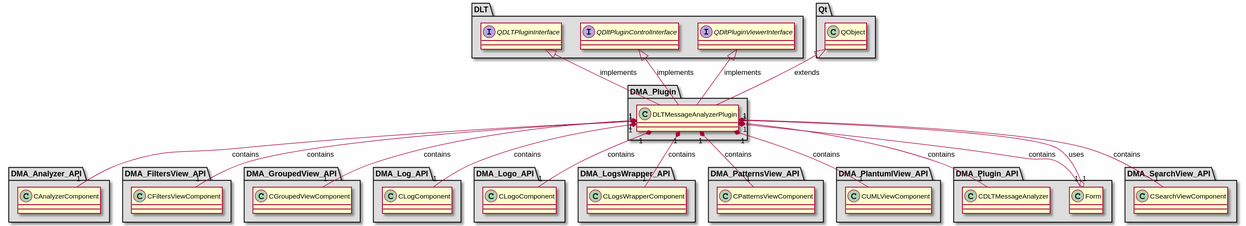
The PlantUML diagram md/dev_docs/puml/DMA_Plugin.svg in svlad-90/DLT-Message-Analyzer, before a commit. The source it was exported from:
```plantuml
@startuml

skinparam backgroundColor #FEFEFE
skinparam wrapWidth 600
package "DLT" #DDDDDD
{

interface "QDLTPluginInterface"
{
}

interface "QDltPluginControlInterface"
{
}

interface "QDltPluginViewerInterface"
{
}

}

package "DMA_Analyzer_API" #DDDDDD
{

class "CAnalyzerComponent"
{
}

}

package "DMA_FiltersView_API" #DDDDDD
{

class "CFiltersViewComponent"
{
}

}

package "DMA_GroupedView_API" #DDDDDD
{

class "CGroupedViewComponent"
{
}

}

package "DMA_Log_API" #DDDDDD
{

class "CLogComponent"
{
}

}

package "DMA_Logo_API" #DDDDDD
{

class "CLogoComponent"
{
}

}

package "DMA_LogsWrapper_API" #DDDDDD
{

class "CLogsWrapperComponent"
{
}

}

package "DMA_PatternsView_API" #DDDDDD
{

class "CPatternsViewComponent"
{
}

}

package "DMA_PlantumlView_API" #DDDDDD
{

class "CUMLViewComponent"
{
}

}

package "DMA_Plugin" #DDDDDD
{

class "DLTMessageAnalyzerPlugin"
{
}

}

package "DMA_Plugin_API" #DDDDDD
{

class "CDLTMessageAnalyzer"
{
}

class "Form"
{
}

}

package "DMA_SearchView_API" #DDDDDD
{

class "CSearchViewComponent"
{
}

}

package "Qt" #DDDDDD
{

class "QObject"
{
}

}

QDLTPluginInterface <|-- DLTMessageAnalyzerPlugin : implements
QDltPluginControlInterface <|-- DLTMessageAnalyzerPlugin : implements
QDltPluginViewerInterface <|-- DLTMessageAnalyzerPlugin : implements
QObject <|-- DLTMessageAnalyzerPlugin : extends

DLTMessageAnalyzerPlugin "1" *-- "1" CAnalyzerComponent : contains
DLTMessageAnalyzerPlugin "1" *-- "1" CDLTMessageAnalyzer : contains
DLTMessageAnalyzerPlugin "1" *-- "1" CFiltersViewComponent : contains
DLTMessageAnalyzerPlugin "1" *-- "1" CGroupedViewComponent : contains
DLTMessageAnalyzerPlugin "1" *-- "1" CLogComponent : contains
DLTMessageAnalyzerPlugin "1" *-- "1" CLogoComponent : contains
DLTMessageAnalyzerPlugin "1" *-- "1" CLogsWrapperComponent : contains
DLTMessageAnalyzerPlugin "1" *-- "1" CPatternsViewComponent : contains
DLTMessageAnalyzerPlugin "1" *-- "1" CSearchViewComponent : contains
DLTMessageAnalyzerPlugin "1" *-- "1" CUMLViewComponent : contains
DLTMessageAnalyzerPlugin "1" *-- "1" Form : contains
Form "1" o-- "1" DLTMessageAnalyzerPlugin : uses

@enduml
```
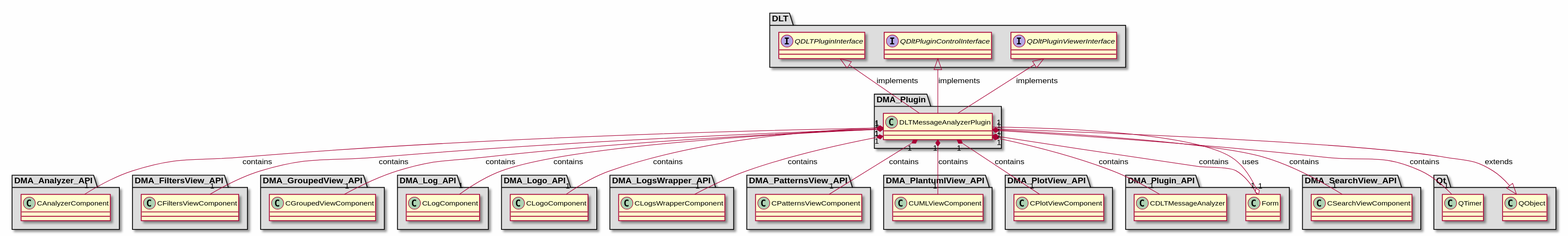
Above is the later version.

Diff of the diagram source:
```diff
@@ -91,6 +91,15 @@
 
 }
 
+package "DMA_PlotView_API" #DDDDDD
+{
+
+class "CPlotViewComponent"
+{
+}
+
+}
+
 package "DMA_Plugin" #DDDDDD
 {
 
@@ -129,6 +138,10 @@
 {
 }
 
+class "QTimer"
+{
+}
+
 }
 
 QDLTPluginInterface <|-- DLTMessageAnalyzerPlugin : implements
@@ -144,9 +157,11 @@
 DLTMessageAnalyzerPlugin "1" *-- "1" CLogoComponent : contains
 DLTMessageAnalyzerPlugin "1" *-- "1" CLogsWrapperComponent : contains
 DLTMessageAnalyzerPlugin "1" *-- "1" CPatternsViewComponent : contains
+DLTMessageAnalyzerPlugin "1" *-- "1" CPlotViewComponent : contains
 DLTMessageAnalyzerPlugin "1" *-- "1" CSearchViewComponent : contains
 DLTMessageAnalyzerPlugin "1" *-- "1" CUMLViewComponent : contains
 DLTMessageAnalyzerPlugin "1" *-- "1" Form : contains
+DLTMessageAnalyzerPlugin "1" *-- "1" QTimer : contains
 Form "1" o-- "1" DLTMessageAnalyzerPlugin : uses
 
 @enduml
```
